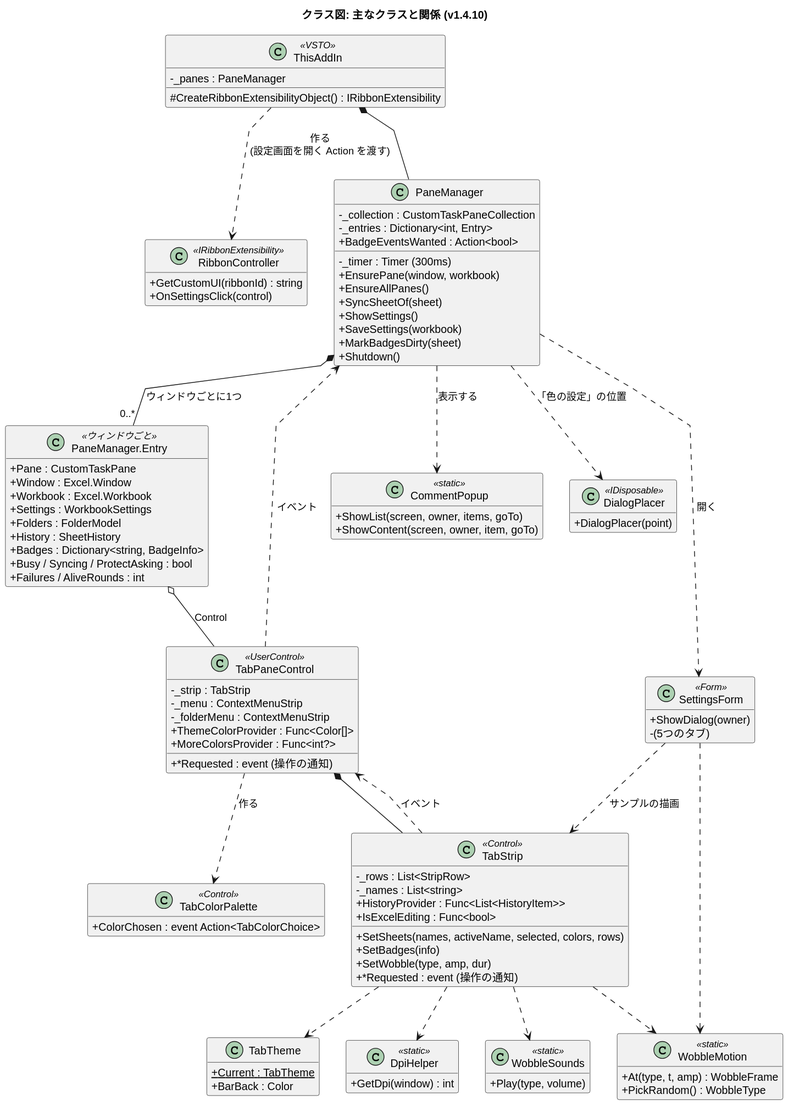
Before: docs/class-structure.svg, a diagram exported from PlantUML (nk-taka623/VerticalSheetTabs).
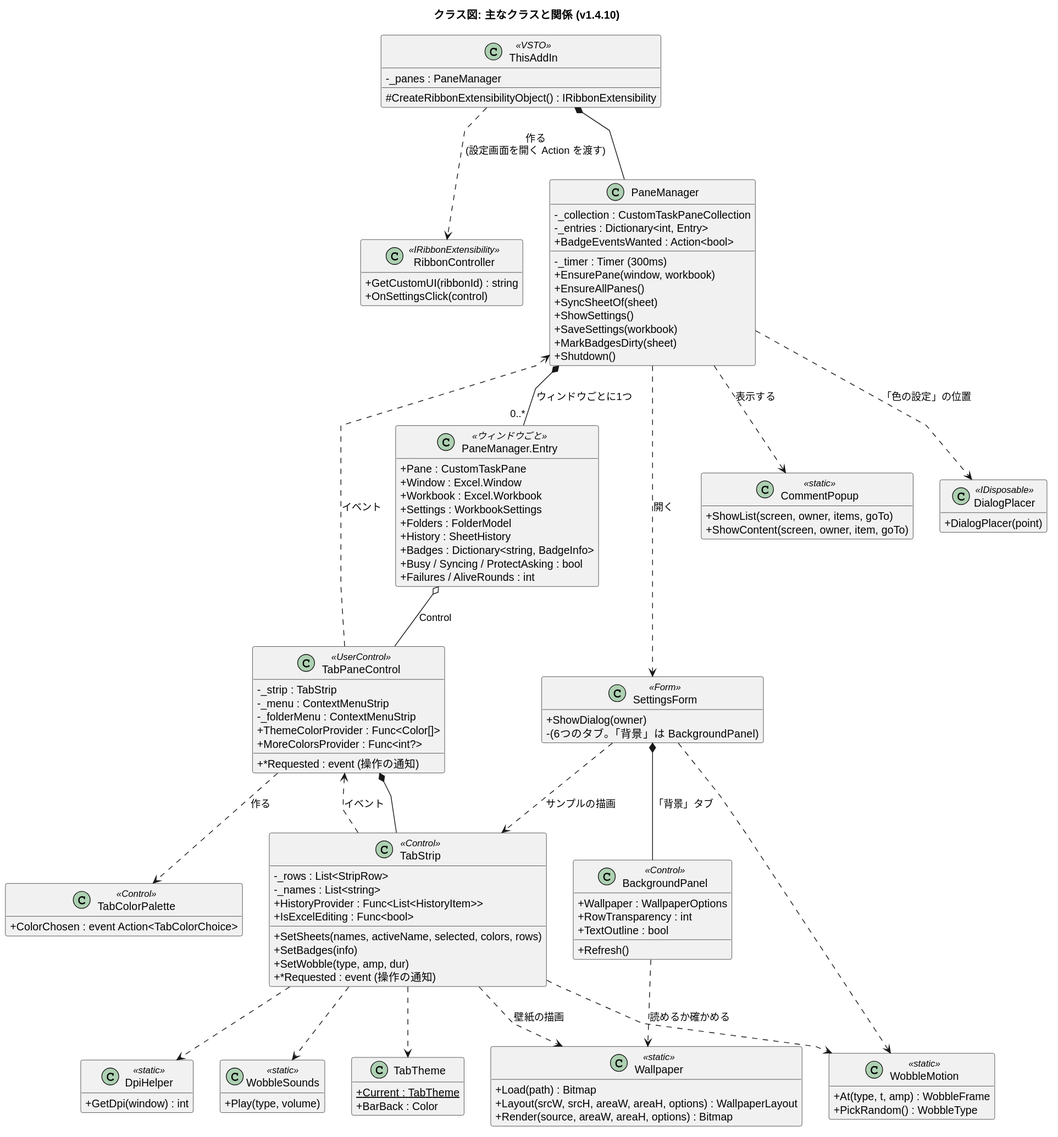
After the change.

The edit, as a diff of the source:
```diff
@@ -67,7 +67,20 @@
 
 class SettingsForm <<Form>> {
   +ShowDialog(owner)
-  -(5つのタブ)
+  -(6つのタブ。「背景」は BackgroundPanel)
+}
+
+class BackgroundPanel <<Control>> {
+  +Wallpaper : WallpaperOptions
+  +RowTransparency : int
+  +TextOutline : bool
+  +Refresh()
+}
+
+class Wallpaper <<static>> {
+  +Load(path) : Bitmap
+  +Layout(srcW, srcH, areaW, areaH, options) : WallpaperLayout
+  +Render(source, areaW, areaH, options) : Bitmap
 }
 
 class CommentPopup <<static>> {
@@ -114,4 +127,7 @@
 TabStrip ..> WobbleMotion
 TabStrip ..> WobbleSounds
 SettingsForm ..> WobbleMotion
+SettingsForm *-- BackgroundPanel : 「背景」タブ
+BackgroundPanel ..> Wallpaper : 読めるか確かめる
+TabStrip ..> Wallpaper : 壁紙の描画
 @enduml
```
